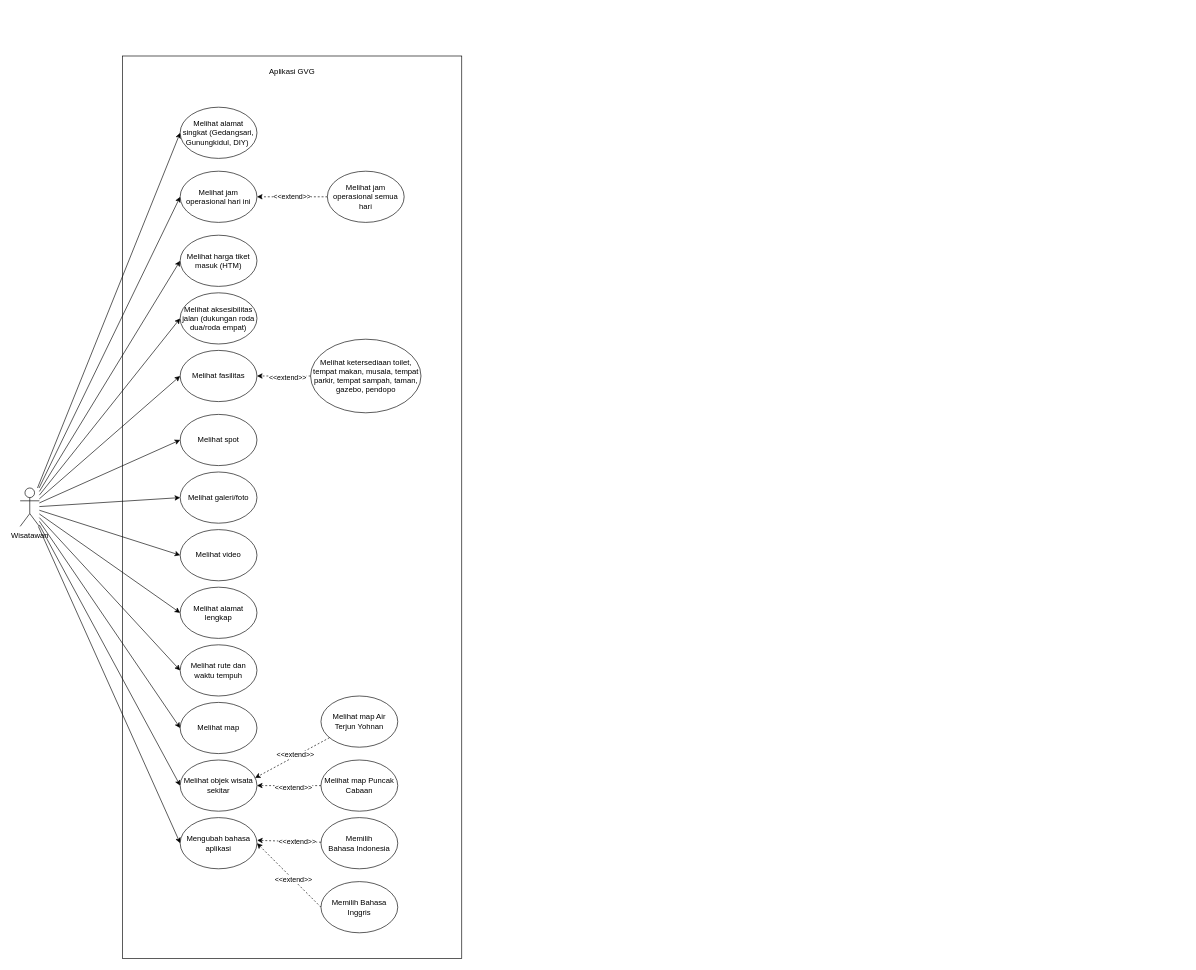
This is Use Case Diagram_GVGApp.drawio from ariefzuhri/Diagrams, a draw.io file, before an edit. Source tidied: cells renumbered, new cells numbered last; positions are measured from the earlier drawing's top-left corner, leaving out a move shared by most shapes. Both pictures are drawn from the tidied source at 64%, with x=0, y=0 at pixel (20, 56).
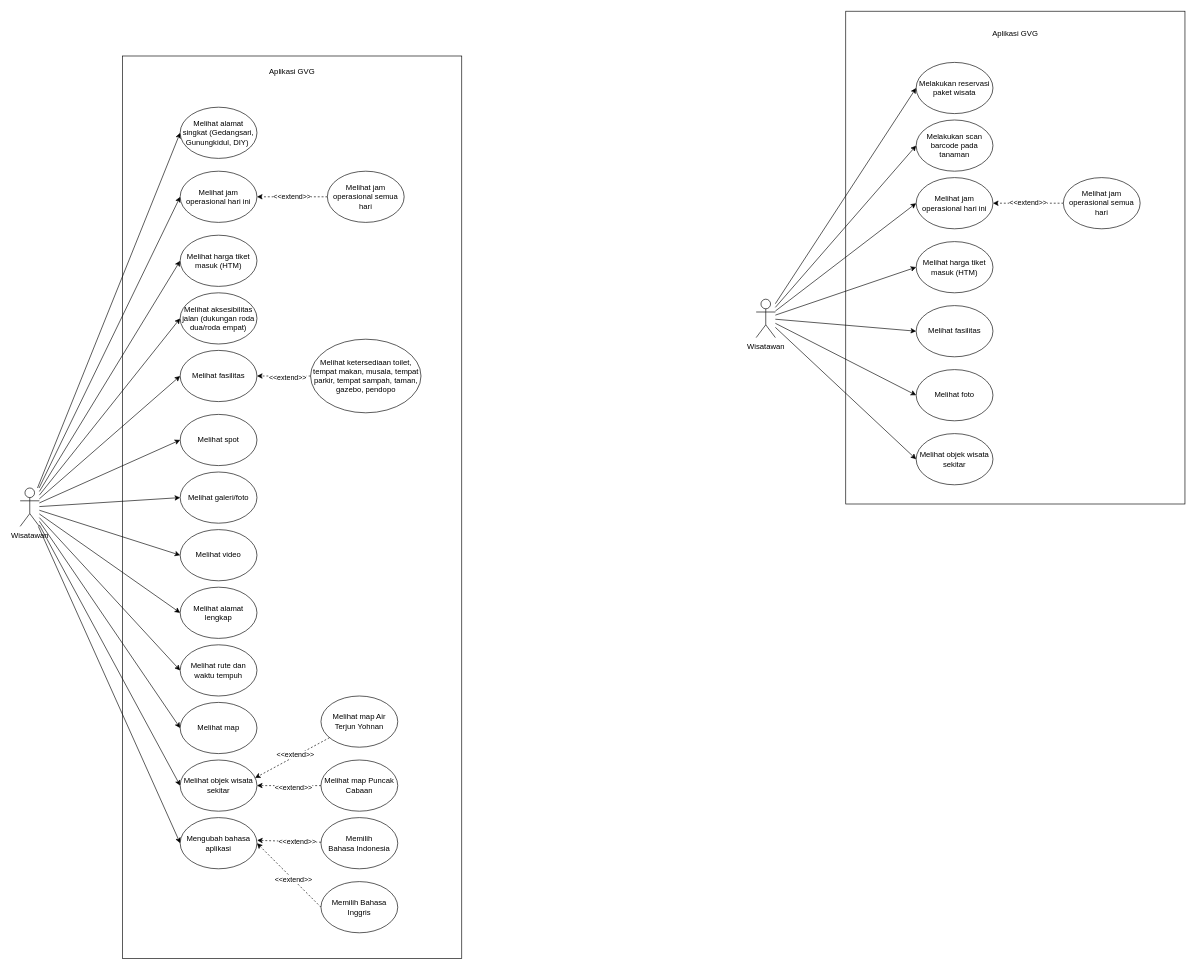
Above is the later version.

What changed in the source:
```diff
@@
+    <mxCell id="49" style="rounded=0;whiteSpace=wrap;html=1;" parent="1" vertex="1">
+      <mxGeometry x="1290" y="-70" width="530" height="770" as="geometry" />
+    </mxCell>
+    <mxCell id="50" style="rounded=0;jettySize=auto;html=1;entryX=0;entryY=0.5;entryDx=0;entryDy=0;" parent="1" edge="1" source="57" target="58">
+      <mxGeometry relative="1" as="geometry" />
+    </mxCell>
+    <mxCell id="51" style="edgeStyle=none;rounded=0;jettySize=auto;html=1;entryX=0;entryY=0.5;entryDx=0;entryDy=0;" parent="1" edge="1" source="57" target="59">
+      <mxGeometry relative="1" as="geometry" />
+    </mxCell>
+    <mxCell id="52" style="edgeStyle=none;rounded=0;jettySize=auto;html=1;entryX=0;entryY=0.5;entryDx=0;entryDy=0;" parent="1" edge="1" source="57" target="60">
+      <mxGeometry relative="1" as="geometry" />
+    </mxCell>
+    <mxCell id="53" style="edgeStyle=none;rounded=0;jettySize=auto;html=1;entryX=0;entryY=0.5;entryDx=0;entryDy=0;" parent="1" edge="1" source="57" target="61">
+      <mxGeometry relative="1" as="geometry" />
+    </mxCell>
+    <mxCell id="54" style="edgeStyle=none;rounded=0;jettySize=auto;html=1;entryX=0;entryY=0.5;entryDx=0;entryDy=0;" parent="1" edge="1" source="57" target="62">
+      <mxGeometry relative="1" as="geometry" />
+    </mxCell>
+    <mxCell id="55" style="edgeStyle=none;rounded=0;jettySize=auto;html=1;entryX=0;entryY=0.5;entryDx=0;entryDy=0;" parent="1" edge="1" source="57" target="63">
+      <mxGeometry relative="1" as="geometry" />
+    </mxCell>
+    <mxCell id="56" style="edgeStyle=none;rounded=0;jettySize=auto;html=1;entryX=0;entryY=0.5;entryDx=0;entryDy=0;" parent="1" edge="1" source="57" target="64">
+      <mxGeometry relative="1" as="geometry" />
+    </mxCell>
+    <mxCell id="57" value="Wisatawan" style="shape=umlActor;verticalLabelPosition=bottom;verticalAlign=top;html=1;outlineConnect=0;" parent="1" vertex="1">
+      <mxGeometry x="1150" y="380" width="30" height="60" as="geometry" />
+    </mxCell>
+    <mxCell id="58" value="Melakukan scan barcode pada tanaman" style="ellipse;whiteSpace=wrap;html=1;" parent="1" vertex="1">
+      <mxGeometry x="1400" y="100" width="120" height="80" as="geometry" />
+    </mxCell>
+    <mxCell id="59" value="Melihat jam operasional hari ini" style="ellipse;whiteSpace=wrap;html=1;" parent="1" vertex="1">
+      <mxGeometry x="1400" y="190" width="120" height="80" as="geometry" />
+    </mxCell>
+    <mxCell id="60" value="Melihat harga tiket masuk (HTM)" style="ellipse;whiteSpace=wrap;html=1;" parent="1" vertex="1">
+      <mxGeometry x="1400" y="290" width="120" height="80" as="geometry" />
+    </mxCell>
+    <mxCell id="61" value="Melakukan reservasi paket wisata" style="ellipse;whiteSpace=wrap;html=1;" parent="1" vertex="1">
+      <mxGeometry x="1400" y="10" width="120" height="80" as="geometry" />
+    </mxCell>
+    <mxCell id="62" value="Melihat fasilitas" style="ellipse;whiteSpace=wrap;html=1;" parent="1" vertex="1">
+      <mxGeometry x="1400" y="390" width="120" height="80" as="geometry" />
+    </mxCell>
+    <mxCell id="63" value="Melihat foto" style="ellipse;whiteSpace=wrap;html=1;" parent="1" vertex="1">
+      <mxGeometry x="1400" y="490" width="120" height="80" as="geometry" />
+    </mxCell>
+    <mxCell id="64" value="Melihat objek wisata sekitar" style="ellipse;whiteSpace=wrap;html=1;" parent="1" vertex="1">
+      <mxGeometry x="1400" y="590" width="120" height="80" as="geometry" />
+    </mxCell>
+    <mxCell id="65" value="Aplikasi GVG" style="text;html=1;strokeColor=none;fillColor=none;align=center;verticalAlign=middle;whiteSpace=wrap;rounded=0;" parent="1" vertex="1">
+      <mxGeometry x="1485" y="-50" width="140" height="30" as="geometry" />
+    </mxCell>
+    <mxCell id="66" style="edgeStyle=none;rounded=0;jettySize=auto;html=1;entryX=1;entryY=0.5;entryDx=0;entryDy=0;dashed=1;" parent="1" edge="1" source="68" target="59">
+      <mxGeometry relative="1" as="geometry">
+        <Array as="points">
+          <mxPoint x="1580" y="230" />
+        </Array>
+      </mxGeometry>
+    </mxCell>
+    <mxCell id="67" value="&amp;lt;&amp;lt;extend&amp;gt;&amp;gt;" style="edgeLabel;html=1;align=center;verticalAlign=middle;" parent="66" vertex="1">
+      <mxGeometry x="0.01" y="-1" relative="1" as="geometry" />
+    </mxCell>
+    <mxCell id="68" value="Melihat jam operasional semua hari" style="ellipse;whiteSpace=wrap;html=1;" parent="1" vertex="1">
+      <mxGeometry x="1630" y="190" width="120" height="80" as="geometry" />
+    </mxCell>
```
